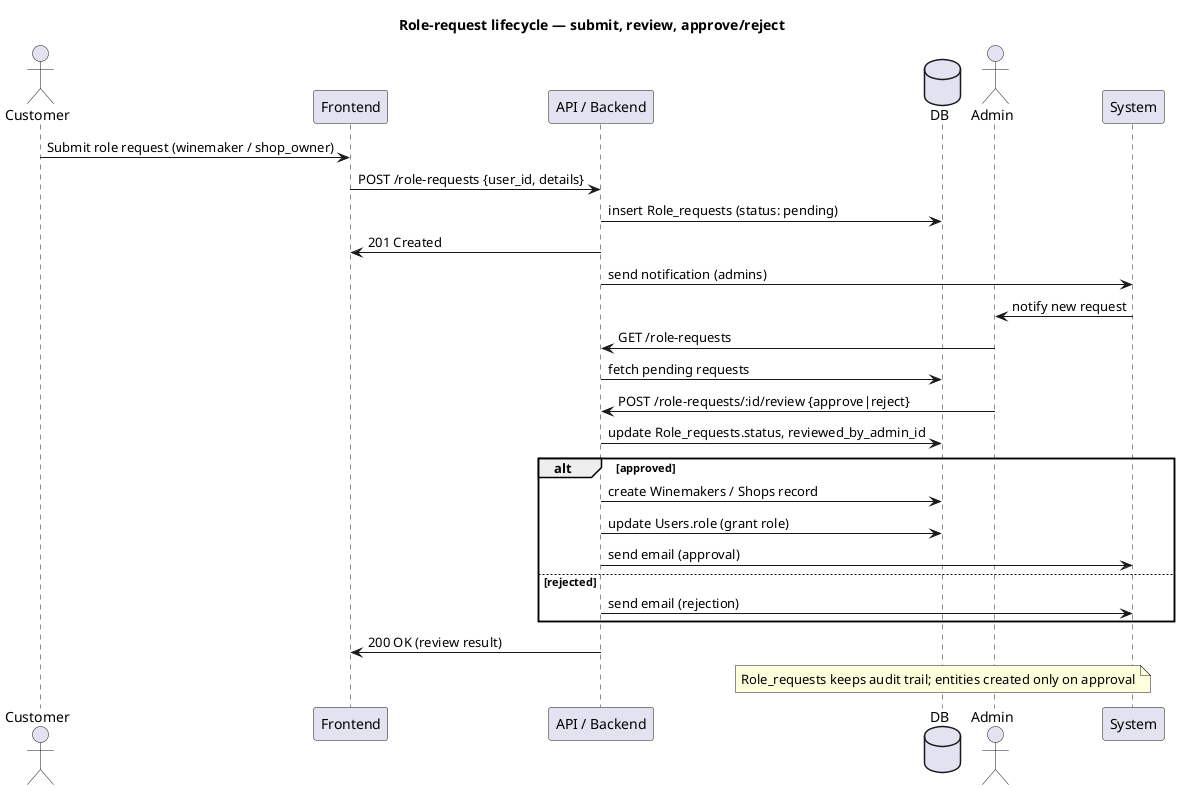
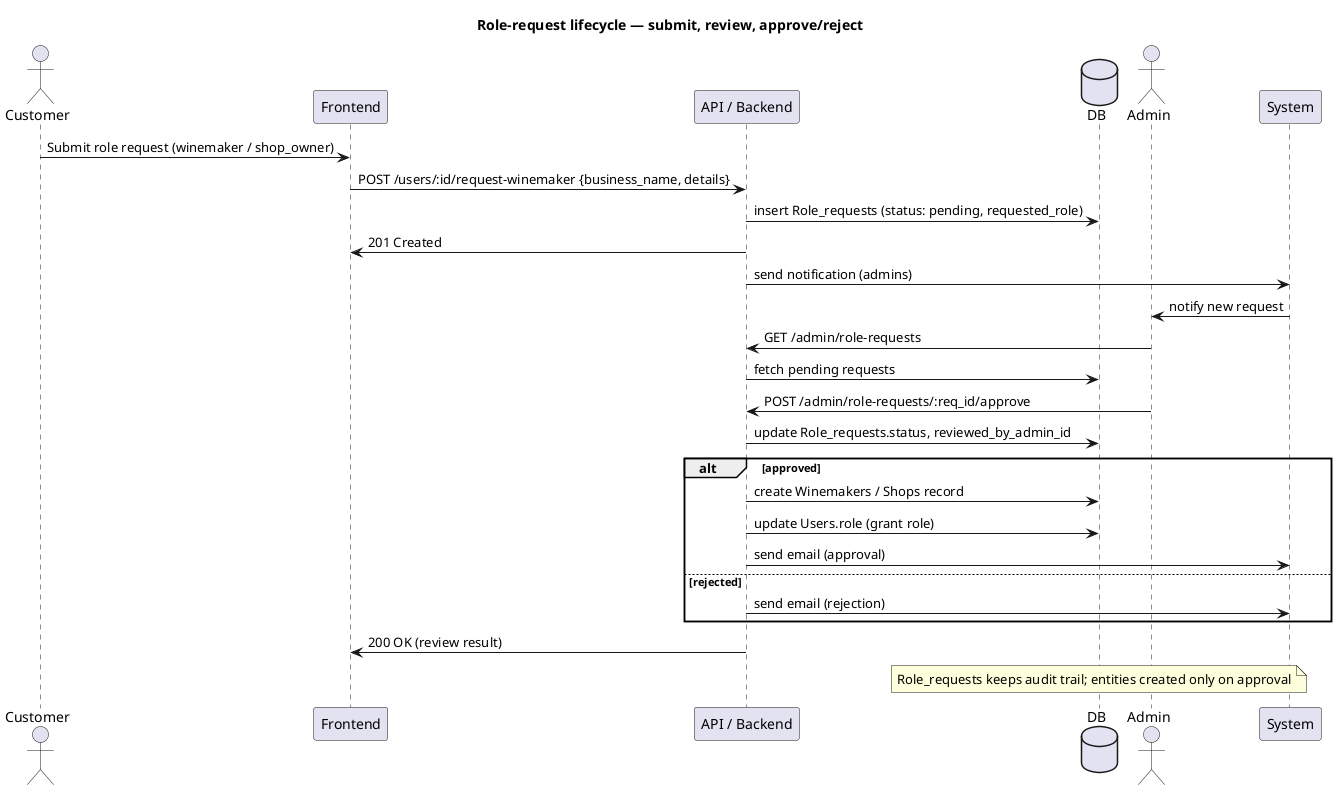
@startuml seq_role_request.puml
title Role-request lifecycle — submit, review, approve/reject

actor Customer
participant "Frontend" as FE
participant "API / Backend" as API
database "DB" as DB
actor Admin
participant System

Customer -> FE: Submit role request (winemaker / shop_owner)
- FE -> API: POST /role-requests {user_id, details}
- API -> DB: insert Role_requests (status: pending)
+ FE -> API: POST /users/:id/request-winemaker {business_name, details}
+ API -> DB: insert Role_requests (status: pending, requested_role)
API -> FE: 201 Created
API -> System: send notification (admins)
System -> Admin: notify new request

- Admin -> API: GET /role-requests
+ Admin -> API: GET /admin/role-requests
API -> DB: fetch pending requests
- Admin -> API: POST /role-requests/:id/review {approve|reject}
+ Admin -> API: POST /admin/role-requests/:req_id/approve
API -> DB: update Role_requests.status, reviewed_by_admin_id
alt approved
  API -> DB: create Winemakers / Shops record
  API -> DB: update Users.role (grant role)
  API -> System: send email (approval)
else rejected
  API -> System: send email (rejection)
end
API -> FE: 200 OK (review result)

note over DB: Role_requests keeps audit trail; entities created only on approval

@enduml
